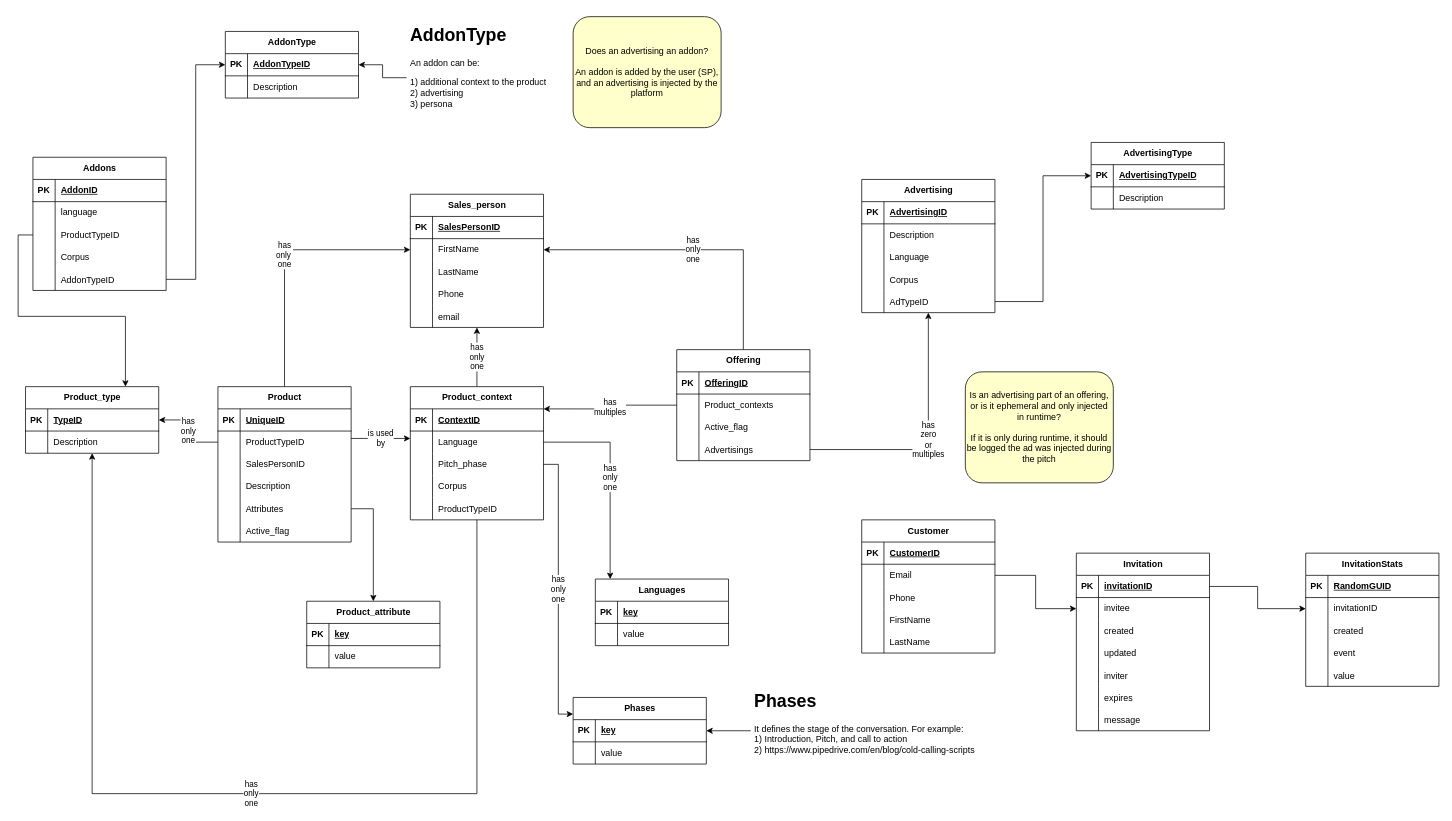
This is page "MER" (1 of 11) of doc/MER.drawio from leucir/iara-web, a draw.io file, before an edit. Source tidied: cells renumbered, new cells numbered last; positions are measured from the earlier drawing's top-left corner, leaving out a move shared by most shapes. Both pictures are drawn from the tidied source at 74%, with x=0, y=0 at pixel (25, 16).
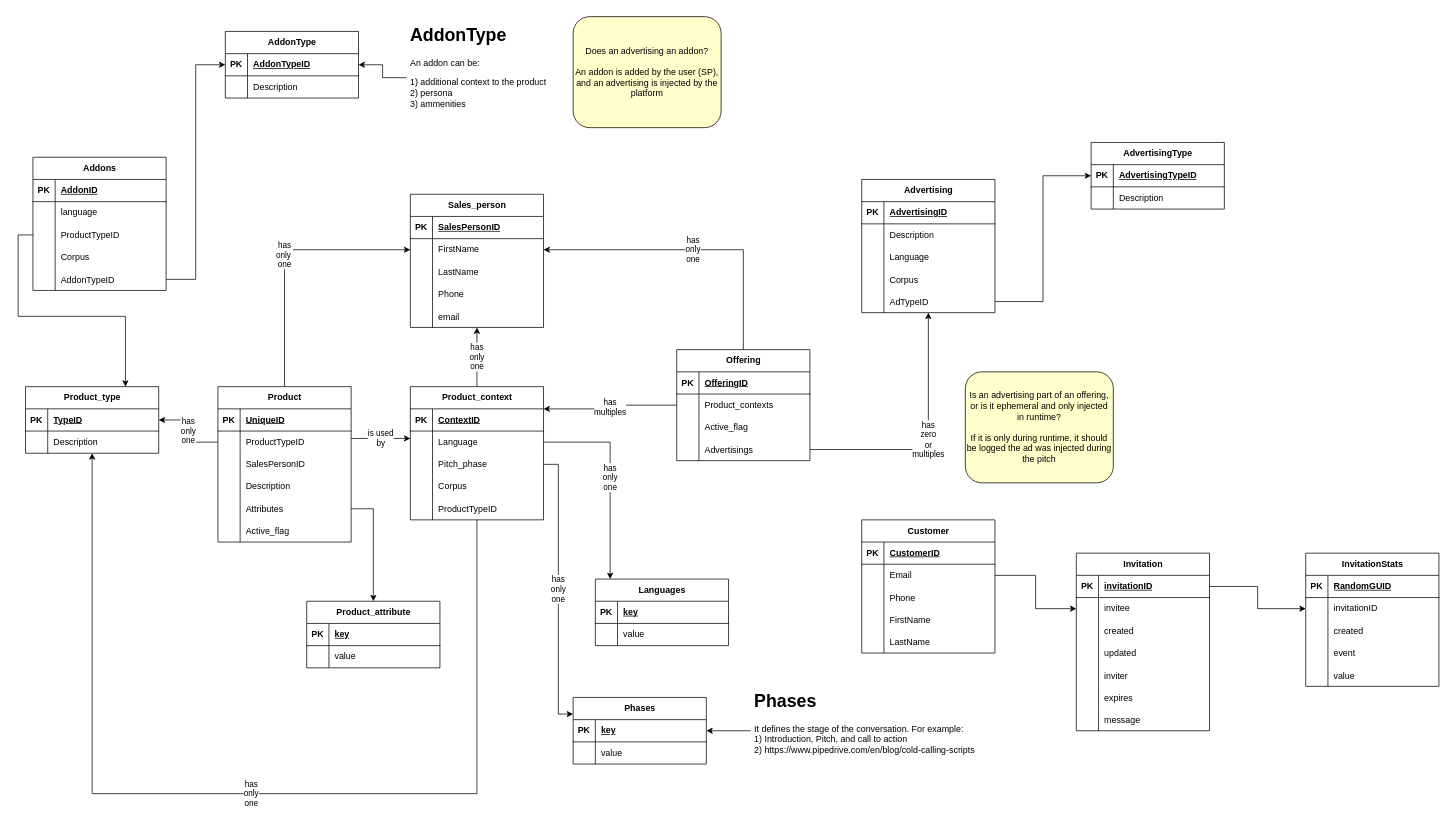
After the change.

Diff of the diagram source:
```diff
@@
-    <mxCell id="132" value="&lt;h1&gt;AddonType&lt;/h1&gt;&lt;p&gt;An addon can be:&lt;/p&gt;&lt;p&gt;1) additional context to the product&lt;br&gt;&lt;span style=&quot;background-color: initial;&quot;&gt;2) advertising&lt;br&gt;&lt;/span&gt;&lt;span style=&quot;background-color: initial;&quot;&gt;3) persona&lt;/span&gt;&lt;/p&gt;" style="text;html=1;strokeColor=none;fillColor=none;spacing=5;spacingTop=-20;whiteSpace=wrap;overflow=hidden;rounded=0;" parent="1" vertex="1">
+    <mxCell id="132" value="&lt;h1&gt;AddonType&lt;/h1&gt;&lt;p&gt;An addon can be:&lt;/p&gt;&lt;p&gt;1) additional context to the product&lt;span style=&quot;background-color: initial;&quot;&gt;&lt;br&gt;&lt;/span&gt;&lt;span style=&quot;background-color: initial;&quot;&gt;2) persona&lt;br&gt;&lt;/span&gt;&lt;span style=&quot;background-color: initial;&quot;&gt;3) ammenities&lt;/span&gt;&lt;/p&gt;" style="text;html=1;strokeColor=none;fillColor=none;spacing=5;spacingTop=-20;whiteSpace=wrap;overflow=hidden;rounded=0;" parent="1" vertex="1">
       <mxGeometry x="515" y="5" width="255" height="155" as="geometry" />
     </mxCell>
```
